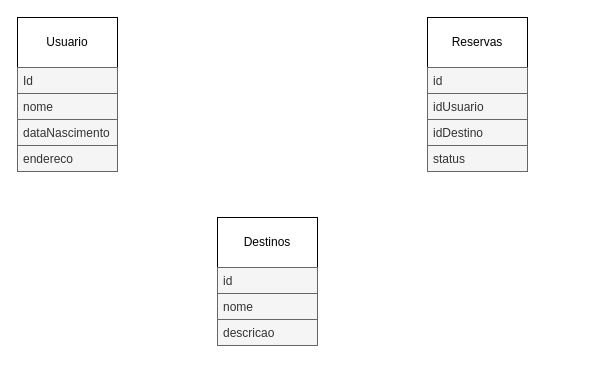
This is agencia_viagens/diagrama_de_viagens.drawio from andreyferraz/diagramas, a draw.io file, before an edit. Source tidied: cells renumbered, new cells numbered last; positions are measured from the earlier drawing's top-left corner, leaving out a move shared by most shapes. Both pictures are drawn from the tidied source at 100%, with x=0, y=0 at pixel (17, 17).
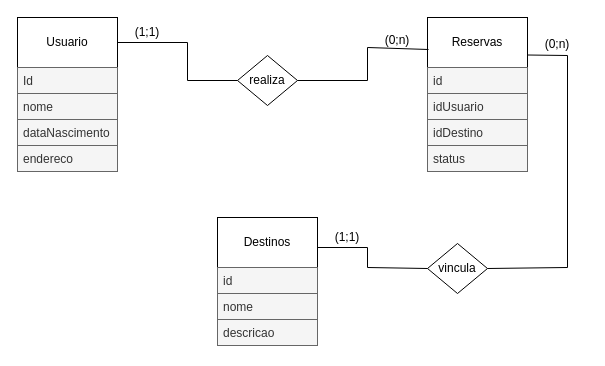
The same diagram, later.

Unchanged cells that the change refers to:
```xml
<mxCell id="2" value="Usuario" style="html=1;dashed=0;whiteSpace=wrap;" parent="1" vertex="1">
  <mxGeometry width="100" height="50" as="geometry" />
</mxCell>
<mxCell id="4" value="&lt;div&gt;Reservas&lt;/div&gt;" style="html=1;dashed=0;whiteSpace=wrap;" parent="1" vertex="1">
  <mxGeometry x="410" width="100" height="50" as="geometry" />
</mxCell>
```

Change to the diagram source:
```diff
@@
+    <mxCell id="16" value="&lt;div&gt;realiza&lt;/div&gt;" style="shape=rhombus;html=1;dashed=0;whiteSpace=wrap;perimeter=rhombusPerimeter;" parent="1" vertex="1">
+      <mxGeometry x="220" y="38" width="60" height="50" as="geometry" />
+    </mxCell>
+    <mxCell id="17" style="endArrow=none;html=1;rounded=0;entryX=1;entryY=0.5;entryDx=0;entryDy=0;exitX=0.01;exitY=0.64;exitDx=0;exitDy=0;exitPerimeter=0;" parent="1" edge="1" source="4" target="16">
+      <mxGeometry relative="1" as="geometry">
+        <Array as="points">
+          <mxPoint x="350" y="30" />
+          <mxPoint x="350" y="63" />
+        </Array>
+      </mxGeometry>
+    </mxCell>
+    <mxCell id="18" style="endArrow=none;html=1;rounded=0;exitX=1;exitY=0.5;exitDx=0;exitDy=0;entryX=0;entryY=0.5;entryDx=0;entryDy=0;" parent="1" edge="1" source="2" target="16">
+      <mxGeometry relative="1" as="geometry">
+        <Array as="points">
+          <mxPoint x="170" y="25" />
+          <mxPoint x="170" y="63" />
+        </Array>
+      </mxGeometry>
+    </mxCell>
+    <mxCell id="19" value="&lt;div&gt;vincula&lt;/div&gt;" style="shape=rhombus;html=1;dashed=0;whiteSpace=wrap;perimeter=rhombusPerimeter;" parent="1" vertex="1">
+      <mxGeometry x="410" y="226" width="60" height="50" as="geometry" />
+    </mxCell>
+    <mxCell id="20" style="endArrow=none;html=1;rounded=0;exitX=1;exitY=0.5;exitDx=0;exitDy=0;entryX=1;entryY=0.75;entryDx=0;entryDy=0;" parent="1" edge="1" source="19" target="4">
+      <mxGeometry relative="1" as="geometry">
+        <Array as="points">
+          <mxPoint x="550" y="250" />
+          <mxPoint x="550" y="38" />
+        </Array>
+      </mxGeometry>
+    </mxCell>
+    <mxCell id="21" style="endArrow=none;html=1;rounded=0;entryX=0;entryY=0.5;entryDx=0;entryDy=0;" parent="1" edge="1" target="19">
+      <mxGeometry relative="1" as="geometry">
+        <mxPoint x="300" y="230" as="sourcePoint" />
+        <Array as="points">
+          <mxPoint x="350" y="230" />
+          <mxPoint x="350" y="250" />
+        </Array>
+      </mxGeometry>
+    </mxCell>
+    <mxCell id="22" value="(1;1)" style="text;html=1;strokeColor=none;fillColor=none;align=center;verticalAlign=middle;whiteSpace=wrap;rounded=0;" parent="1" vertex="1">
+      <mxGeometry x="100" width="60" height="30" as="geometry" />
+    </mxCell>
+    <mxCell id="23" value="(0;n)" style="text;html=1;strokeColor=none;fillColor=none;align=center;verticalAlign=middle;whiteSpace=wrap;rounded=0;" parent="1" vertex="1">
+      <mxGeometry x="350" y="8" width="60" height="30" as="geometry" />
+    </mxCell>
+    <mxCell id="24" value="(1;1)" style="text;html=1;strokeColor=none;fillColor=none;align=center;verticalAlign=middle;whiteSpace=wrap;rounded=0;" parent="1" vertex="1">
+      <mxGeometry x="300" y="205" width="60" height="30" as="geometry" />
+    </mxCell>
+    <mxCell id="25" value="(0;n)" style="text;html=1;strokeColor=none;fillColor=none;align=center;verticalAlign=middle;whiteSpace=wrap;rounded=0;" parent="1" vertex="1">
+      <mxGeometry x="510" y="12" width="60" height="30" as="geometry" />
+    </mxCell>
```
